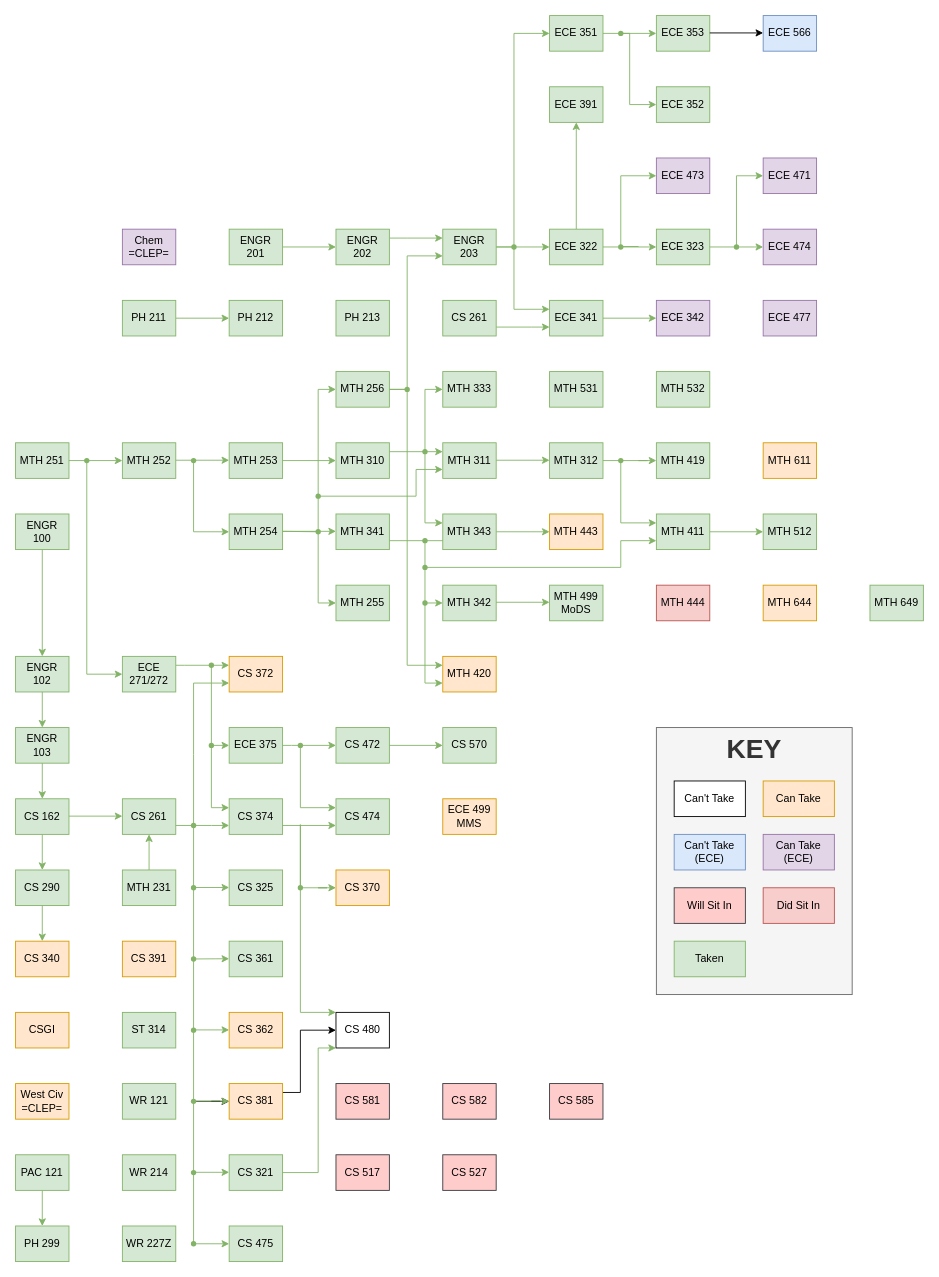
Above: Classes.drawio in Jonas-Carew/Class-Flowchart (draw.io), before the change. Source tidied: cells renumbered, new cells numbered last; positions are measured from the earlier drawing's top-left corner, leaving out a move shared by most shapes. Both pictures are drawn from the tidied source at 89%, with x=0, y=0 at pixel (15, 15).
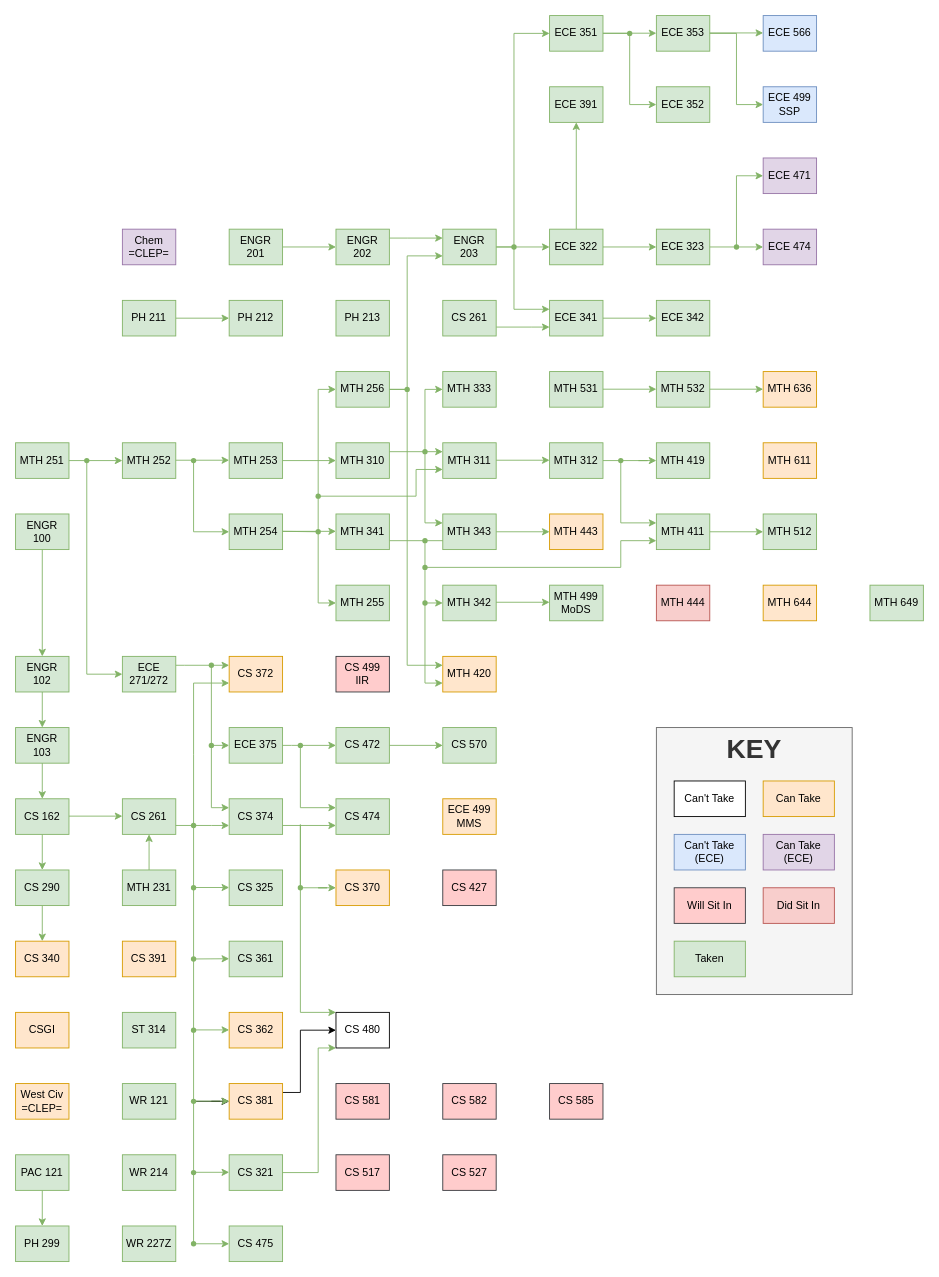
Above is the later version.

Unchanged cells that the change refers to:
```xml
<mxCell id="97" value="ECE 351" style="rounded=0;whiteSpace=wrap;html=1;fillColor=#D5E8D4;strokeColor=#82B366;" parent="1" vertex="1">
  <mxGeometry x="600" width="60" height="40" as="geometry" />
</mxCell>
<mxCell id="99" value="ECE 352" style="rounded=0;whiteSpace=wrap;html=1;fillColor=#d5e8d4;strokeColor=#82b366;" parent="1" vertex="1">
  <mxGeometry x="720" y="80" width="60" height="40" as="geometry" />
</mxCell>
<mxCell id="103" value="ECE 353" style="rounded=0;whiteSpace=wrap;html=1;fillColor=#d5e8d4;strokeColor=#82b366;" parent="1" vertex="1">
  <mxGeometry x="720" width="60" height="40" as="geometry" />
</mxCell>
```

The edit, as a diff of the source:
```diff
@@
-    <mxCell id="92" value="ECE 342" style="rounded=0;whiteSpace=wrap;html=1;fillColor=#e1d5e7;strokeColor=#9673a6;" parent="1" vertex="1">
+    <mxCell id="92" value="ECE 342" style="rounded=0;whiteSpace=wrap;html=1;fillColor=#d5e8d4;strokeColor=#82b366;" parent="1" vertex="1">
       <mxGeometry x="720" y="320" width="60" height="40" as="geometry" />
     </mxCell>
@@
-    <mxCell id="96" style="edgeStyle=orthogonalEdgeStyle;rounded=0;jettySize=auto;html=1;strokeColor=#82B366;entryX=0;entryY=0.5;entryDx=0;entryDy=0;" parent="1" edge="1" source="97" target="99">
-      <mxGeometry relative="1" as="geometry" />
-    </mxCell>
@@
-    <mxCell id="102" value="ECE 473" style="rounded=0;whiteSpace=wrap;html=1;fillColor=#E1D5E7;strokeColor=#9673A6;" parent="1" vertex="1">
-      <mxGeometry x="720" y="160" width="60" height="40" as="geometry" />
-    </mxCell>
@@
-    <mxCell id="104" style="edgeStyle=orthogonalEdgeStyle;rounded=0;jettySize=auto;html=1;entryX=0;entryY=0.5;entryDx=0;entryDy=0;strokeColor=#82B366;" parent="1" edge="1" source="139" target="103">
-      <mxGeometry relative="1" as="geometry">
-        <Array as="points">
-          <mxPoint x="680" y="20" />
-          <mxPoint x="680" y="100" />
-        </Array>
-      </mxGeometry>
-    </mxCell>
@@
-    <mxCell id="106" value="ECE 477" style="rounded=0;whiteSpace=wrap;html=1;fillColor=#e1d5e7;strokeColor=#9673a6;" parent="1" vertex="1">
-      <mxGeometry x="840" y="320" width="60" height="40" as="geometry" />
-    </mxCell>
-    <mxCell id="107" style="edgeStyle=orthogonalEdgeStyle;rounded=0;jettySize=auto;html=1;entryX=0;entryY=0.5;entryDx=0;entryDy=0;strokeColor=#82B366;" parent="1" edge="1" target="102">
-      <mxGeometry relative="1" as="geometry">
-        <mxPoint x="700" y="259.5" as="sourcePoint" />
-        <Array as="points">
-          <mxPoint x="680" y="260" />
-          <mxPoint x="680" y="180" />
-        </Array>
-      </mxGeometry>
-    </mxCell>
@@
-    <mxCell id="137" style="shape=waypoint;sketch=0;fillStyle=solid;size=6;fillColor=none;perimeter=centerPerimeter;strokeColor=#82B366;" parent="1" vertex="1">
-      <mxGeometry x="670" y="250" width="20" height="20" as="geometry" />
-    </mxCell>
@@
-    <mxCell id="139" style="shape=waypoint;sketch=0;fillStyle=solid;size=6;points=[];fillColor=none;perimeter=centerPerimeter;snapToPoint=1;strokeColor=#82B366;" parent="1" vertex="1">
-      <mxGeometry x="670" y="10" width="20" height="20" as="geometry" />
-    </mxCell>
@@
-    <mxCell id="157" style="edgeStyle=orthogonalEdgeStyle;rounded=0;orthogonalLoop=1;jettySize=auto;html=1;" parent="1" edge="1">
+    <mxCell id="157" style="edgeStyle=orthogonalEdgeStyle;rounded=0;orthogonalLoop=1;jettySize=auto;html=1;fillColor=#d5e8d4;strokeColor=#82b366;" parent="1" edge="1">
       <mxGeometry relative="1" as="geometry">
         <mxPoint x="780" y="19.5" as="sourcePoint" />
         <mxPoint x="840" y="19.5" as="targetPoint" />
       </mxGeometry>
     </mxCell>
@@
+    <mxCell id="190" style="edgeStyle=orthogonalEdgeStyle;rounded=0;orthogonalLoop=1;jettySize=auto;html=1;entryX=0;entryY=0.5;entryDx=0;entryDy=0;fillColor=#d5e8d4;strokeColor=#82b366;" parent="1" edge="1">
+      <mxGeometry relative="1" as="geometry">
+        <mxPoint x="780" y="20" as="sourcePoint" />
+        <mxPoint x="840" y="100" as="targetPoint" />
+        <Array as="points">
+          <mxPoint x="810" y="20" />
+          <mxPoint x="810" y="100" />
+        </Array>
+      </mxGeometry>
+    </mxCell>
+    <mxCell id="139" style="shape=waypoint;sketch=0;fillStyle=solid;size=6;points=[];fillColor=none;perimeter=centerPerimeter;snapToPoint=1;strokeColor=#82B366;" parent="1" vertex="1">
+      <mxGeometry x="680" y="10" width="20" height="20" as="geometry" />
+    </mxCell>
+    <mxCell id="191" style="edgeStyle=orthogonalEdgeStyle;rounded=0;orthogonalLoop=1;jettySize=auto;html=1;strokeColor=#82B366;entryX=0;entryY=0.5;entryDx=0;entryDy=0;" parent="1" edge="1">
+      <mxGeometry relative="1" as="geometry">
+        <mxPoint x="660" y="20" as="sourcePoint" />
+        <mxPoint x="720" y="100" as="targetPoint" />
+        <Array as="points">
+          <mxPoint x="690" y="20" />
+          <mxPoint x="690" y="100" />
+        </Array>
+      </mxGeometry>
+    </mxCell>
+    <mxCell id="192" style="edgeStyle=orthogonalEdgeStyle;rounded=0;orthogonalLoop=1;jettySize=auto;html=1;fillColor=#d5e8d4;strokeColor=#82b366;" parent="1" edge="1">
+      <mxGeometry relative="1" as="geometry">
+        <mxPoint x="660" y="19.8" as="sourcePoint" />
+        <mxPoint x="720" y="19.8" as="targetPoint" />
+      </mxGeometry>
+    </mxCell>
+    <mxCell id="193" value="&lt;div&gt;ECE 499&lt;/div&gt;SSP" style="rounded=0;whiteSpace=wrap;html=1;fillColor=#dae8fc;strokeColor=#6c8ebf;" parent="1" vertex="1">
+      <mxGeometry x="840" y="80" width="60" height="40" as="geometry" />
+    </mxCell>
+    <mxCell id="194" style="edgeStyle=orthogonalEdgeStyle;rounded=0;orthogonalLoop=1;jettySize=auto;html=1;fillColor=#d5e8d4;strokeColor=#82b366;" parent="1" edge="1">
+      <mxGeometry relative="1" as="geometry">
+        <mxPoint x="660" y="419.8" as="sourcePoint" />
+        <mxPoint x="720" y="419.8" as="targetPoint" />
+      </mxGeometry>
+    </mxCell>
+    <mxCell id="195" value="&lt;div&gt;MTH 636&lt;/div&gt;" style="rounded=0;whiteSpace=wrap;html=1;fillColor=#ffe6cc;strokeColor=#d79b00;" parent="1" vertex="1">
+      <mxGeometry x="840" y="400" width="60" height="40" as="geometry" />
+    </mxCell>
+    <mxCell id="196" style="edgeStyle=orthogonalEdgeStyle;rounded=0;orthogonalLoop=1;jettySize=auto;html=1;fillColor=#d5e8d4;strokeColor=#82b366;" parent="1" edge="1">
+      <mxGeometry relative="1" as="geometry">
+        <mxPoint x="780" y="419.8" as="sourcePoint" />
+        <mxPoint x="840" y="419.8" as="targetPoint" />
+      </mxGeometry>
+    </mxCell>
+    <mxCell id="197" value="&lt;div&gt;CS 499&lt;/div&gt;&lt;div&gt;IIR&lt;/div&gt;" style="rounded=0;whiteSpace=wrap;html=1;fillColor=#ffcccc;strokeColor=#36393d;" parent="1" vertex="1">
+      <mxGeometry x="360" y="720" width="60" height="40" as="geometry" />
+    </mxCell>
+    <mxCell id="198" value="&lt;div&gt;CS 427&lt;/div&gt;" style="rounded=0;whiteSpace=wrap;html=1;fillColor=#ffcccc;strokeColor=#36393d;" parent="1" vertex="1">
+      <mxGeometry x="480" y="960" width="60" height="40" as="geometry" />
+    </mxCell>
```
